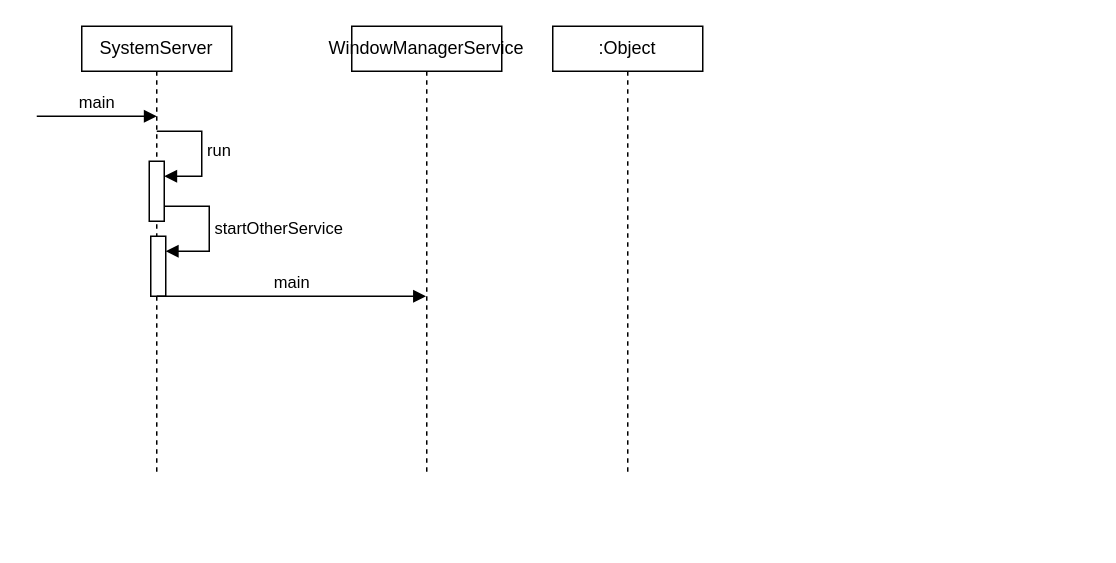
The draw.io diagram page "第 2 页" (2 of 2) of WMS.drawio in milesleeknight/DemoList, before the edit. Source tidied: cells renumbered, new cells numbered last; positions are measured from the earlier drawing's top-left corner, leaving out a move shared by most shapes. Both pictures are drawn from the tidied source at 150%, with x=0, y=0 at pixel (36, 26).
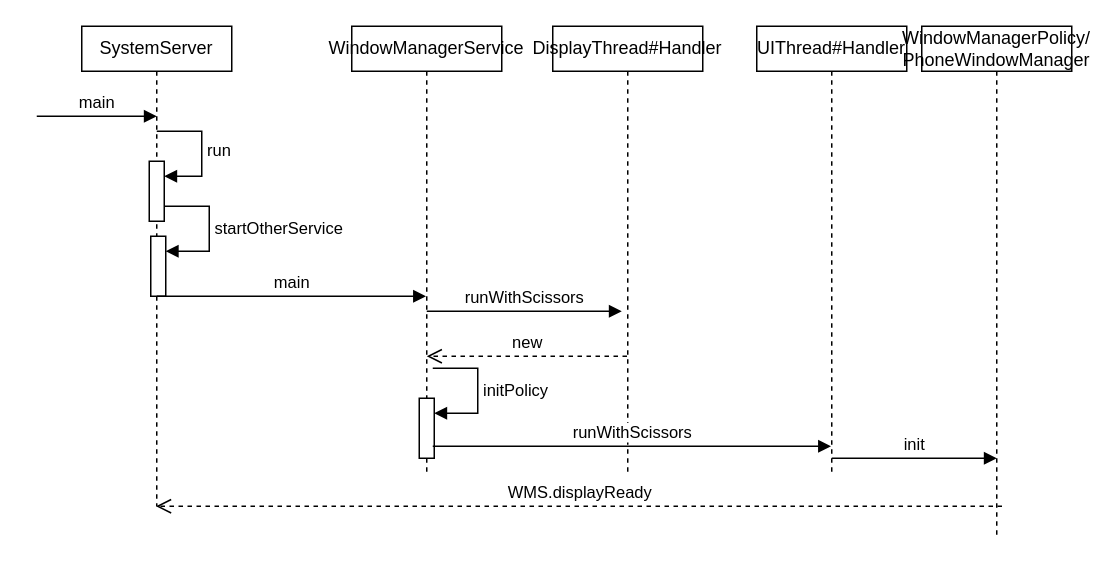
After the change.

The edit, as a diff of the source:
```diff
@@
     <mxCell id="2" value="SystemServer" style="shape=umlLifeline;perimeter=lifelinePerimeter;whiteSpace=wrap;html=1;outlineConnect=0;portConstraint=eastwest;newEdgeStyle={&quot;curved&quot;:0,&quot;rounded&quot;:0};size=30;" parent="1" vertex="1">
-      <mxGeometry x="30" width="100" height="300" as="geometry" />
+      <mxGeometry x="30" width="100" height="320" as="geometry" />
     </mxCell>
@@
-    <mxCell id="10" value=":Object" style="shape=umlLifeline;perimeter=lifelinePerimeter;whiteSpace=wrap;html=1;newEdgeStyle={&quot;curved&quot;:0,&quot;rounded&quot;:0};size=30;" parent="1" vertex="1">
+    <mxCell id="10" value="DisplayThread#Handler" style="shape=umlLifeline;perimeter=lifelinePerimeter;whiteSpace=wrap;html=1;newEdgeStyle={&quot;curved&quot;:0,&quot;rounded&quot;:0};size=30;" parent="1" vertex="1">
       <mxGeometry x="344" width="100" height="300" as="geometry" />
     </mxCell>
+    <mxCell id="11" value="runWithScissors" style="html=1;verticalAlign=bottom;endArrow=block;curved=0;rounded=0;" parent="1" edge="1">
+      <mxGeometry relative="1" as="geometry">
+        <mxPoint x="260" y="190" as="sourcePoint" />
+        <mxPoint x="390" y="190" as="targetPoint" />
+      </mxGeometry>
+    </mxCell>
+    <mxCell id="12" value="new" style="html=1;verticalAlign=bottom;endArrow=open;dashed=1;endSize=8;curved=0;rounded=0;" parent="1" edge="1">
+      <mxGeometry relative="1" as="geometry">
+        <mxPoint x="393.5" y="220" as="sourcePoint" />
+        <mxPoint x="260" y="220" as="targetPoint" />
+      </mxGeometry>
+    </mxCell>
+    <mxCell id="13" style="html=1;points=[[0,0,0,0,5],[0,1,0,0,-5],[1,0,0,0,5],[1,1,0,0,-5]];perimeter=orthogonalPerimeter;outlineConnect=0;targetShapes=umlLifeline;portConstraint=eastwest;newEdgeStyle={&quot;curved&quot;:0,&quot;rounded&quot;:0};" parent="1" vertex="1">
+      <mxGeometry x="255" y="248" width="10" height="40" as="geometry" />
+    </mxCell>
+    <mxCell id="14" value="initPolicy" style="html=1;align=left;spacingLeft=2;endArrow=block;rounded=0;edgeStyle=orthogonalEdgeStyle;curved=0;rounded=0;" parent="1" edge="1" target="13">
+      <mxGeometry x="0.01" relative="1" as="geometry">
+        <mxPoint x="264" y="228" as="sourcePoint" />
+        <Array as="points">
+          <mxPoint x="294" y="258" />
+        </Array>
+      </mxGeometry>
+    </mxCell>
+    <mxCell id="15" value="UIThread#Handler" style="shape=umlLifeline;perimeter=lifelinePerimeter;whiteSpace=wrap;html=1;outlineConnect=0;portConstraint=eastwest;newEdgeStyle={&quot;curved&quot;:0,&quot;rounded&quot;:0};size=30;" parent="1" vertex="1">
+      <mxGeometry x="480" width="100" height="300" as="geometry" />
+    </mxCell>
+    <mxCell id="16" value="runWithScissors" style="html=1;verticalAlign=bottom;endArrow=block;curved=0;rounded=0;" parent="1" edge="1" target="15">
+      <mxGeometry relative="1" as="geometry">
+        <mxPoint x="264" y="280" as="sourcePoint" />
+      </mxGeometry>
+    </mxCell>
+    <mxCell id="17" value="WindowManagerPolicy/&lt;div&gt;PhoneWindowManager&lt;/div&gt;" style="shape=umlLifeline;perimeter=lifelinePerimeter;whiteSpace=wrap;html=1;newEdgeStyle={&quot;curved&quot;:0,&quot;rounded&quot;:0};size=30;" parent="1" vertex="1">
+      <mxGeometry x="590" width="100" height="340" as="geometry" />
+    </mxCell>
+    <mxCell id="18" value="init" style="html=1;verticalAlign=bottom;endArrow=block;curved=0;rounded=0;" parent="1" edge="1">
+      <mxGeometry relative="1" as="geometry">
+        <mxPoint x="530" y="288" as="sourcePoint" />
+        <mxPoint x="640" y="288" as="targetPoint" />
+      </mxGeometry>
+    </mxCell>
+    <mxCell id="19" value="WMS.displayReady" style="html=1;verticalAlign=bottom;endArrow=open;dashed=1;endSize=8;curved=0;rounded=0;" parent="1" edge="1" target="2">
+      <mxGeometry relative="1" as="geometry">
+        <mxPoint x="643.5" y="320" as="sourcePoint" />
+      </mxGeometry>
+    </mxCell>
```
